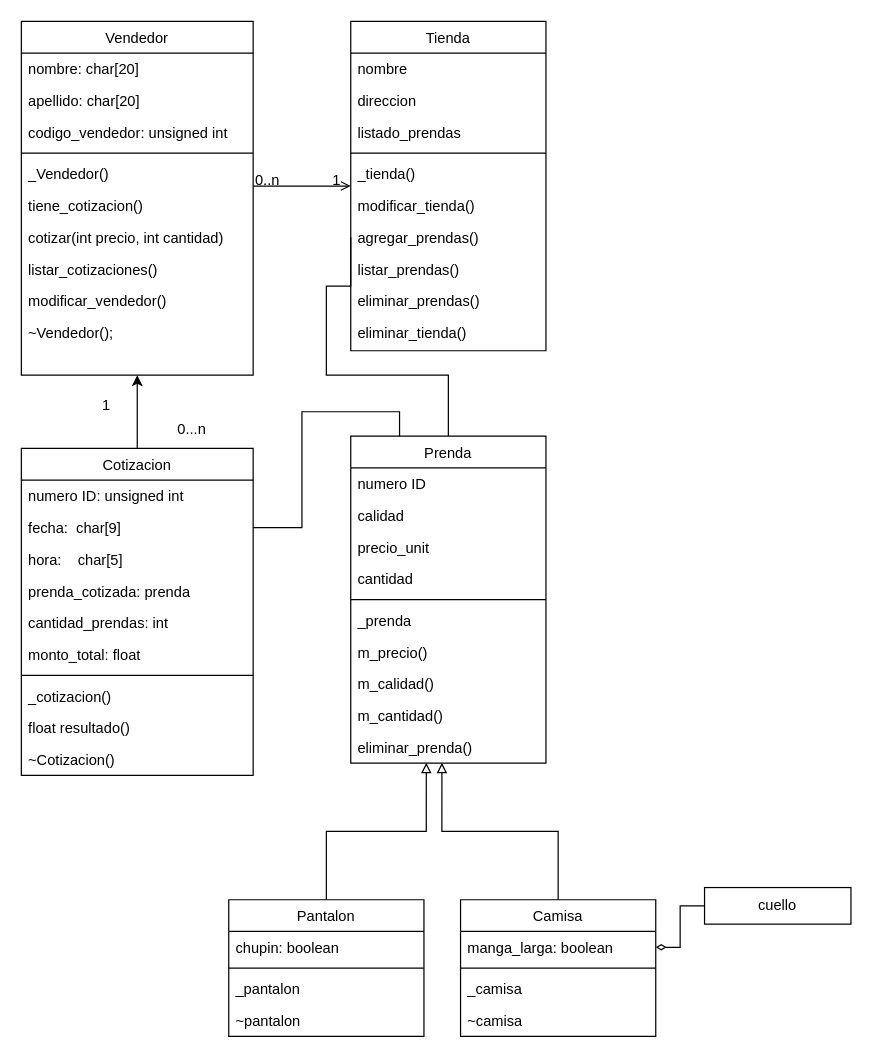
Above: Diagrama_Clases.drawio in Santira243/PracticaQuark (draw.io), before the change. Source tidied: cells renumbered, new cells numbered last; positions are measured from the earlier drawing's top-left corner, leaving out a move shared by most shapes. Both pictures are drawn from the tidied source at 122%, with x=0, y=0 at pixel (21, 21).
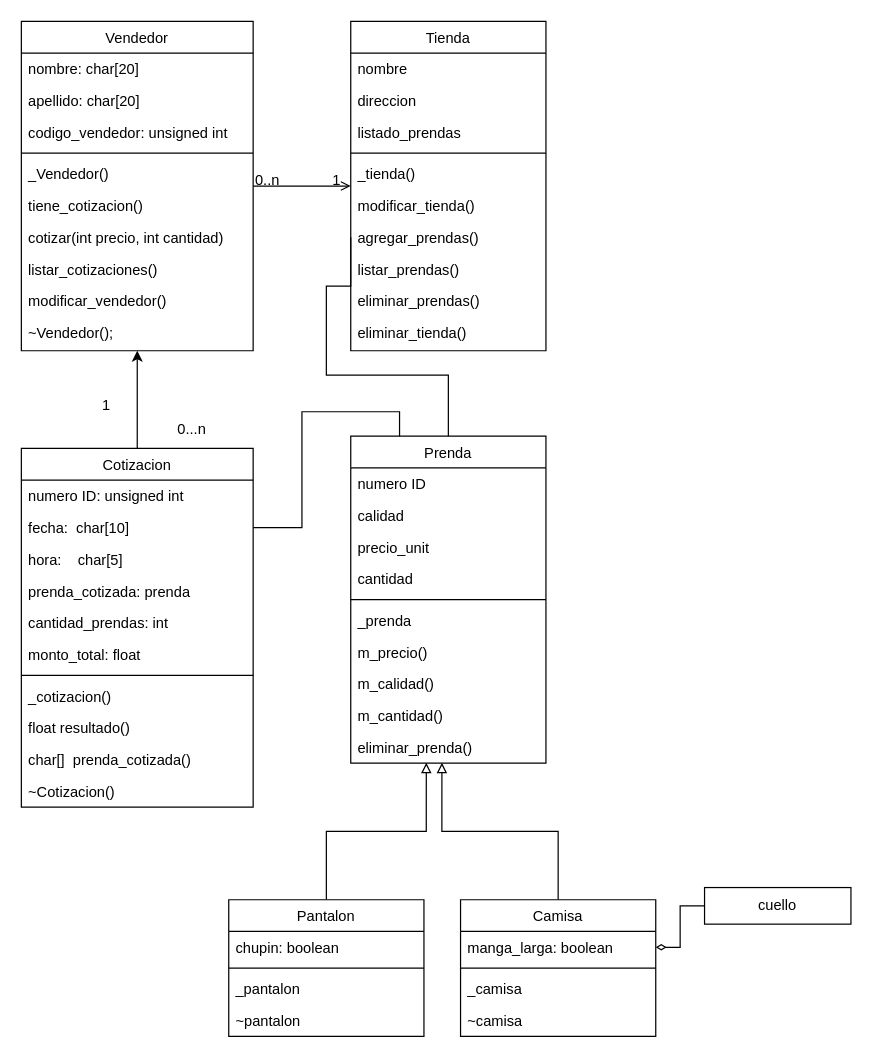
Above is the later version.

Commit message:
con prenda

Diff of the diagram source:
```diff
@@
     <mxCell id="2" value="Vendedor" style="swimlane;fontStyle=0;align=center;verticalAlign=top;horizontal=1;startSize=26;rounded=0;shadow=0;strokeWidth=1;" parent="1" vertex="1">
-      <mxGeometry width="190" height="290" as="geometry" />
+      <mxGeometry width="190" height="270" as="geometry" />
     </mxCell>
@@
     <mxCell id="13" value="Cotizacion" style="swimlane;fontStyle=0;align=center;verticalAlign=top;horizontal=1;startSize=26;rounded=0;shadow=0;strokeWidth=1;" parent="1" vertex="1">
-      <mxGeometry y="350" width="190" height="268" as="geometry" />
+      <mxGeometry y="350" width="190" height="294" as="geometry" />
     </mxCell>
@@
-    <mxCell id="15" value="fecha:  char[9]&#10;" style="text;align=left;verticalAlign=top;spacingLeft=4;spacingRight=4;overflow=hidden;points=[[0,0.5],[1,0.5]];portConstraint=eastwest;rounded=0;shadow=0;html=0;" parent="13" vertex="1">
+    <mxCell id="15" value="fecha:  char[10]&#10;" style="text;align=left;verticalAlign=top;spacingLeft=4;spacingRight=4;overflow=hidden;points=[[0,0.5],[1,0.5]];portConstraint=eastwest;rounded=0;shadow=0;html=0;" parent="13" vertex="1">
       <mxGeometry y="52" width="190" height="26" as="geometry" />
     </mxCell>
@@
+    <mxCell id="68" value="char[]  prenda_cotizada()" style="text;align=left;verticalAlign=top;spacingLeft=4;spacingRight=4;overflow=hidden;rounded=0;shadow=0;html=0;" parent="13" vertex="1">
+      <mxGeometry y="242" width="190" height="26" as="geometry" />
+    </mxCell>
     <mxCell id="23" value="~Cotizacion()" style="text;align=left;verticalAlign=top;spacingLeft=4;spacingRight=4;overflow=hidden;rounded=0;shadow=0;html=0;" parent="13" vertex="1">
-      <mxGeometry y="242" width="190" height="26" as="geometry" />
+      <mxGeometry y="268" width="190" height="26" as="geometry" />
     </mxCell>
```
